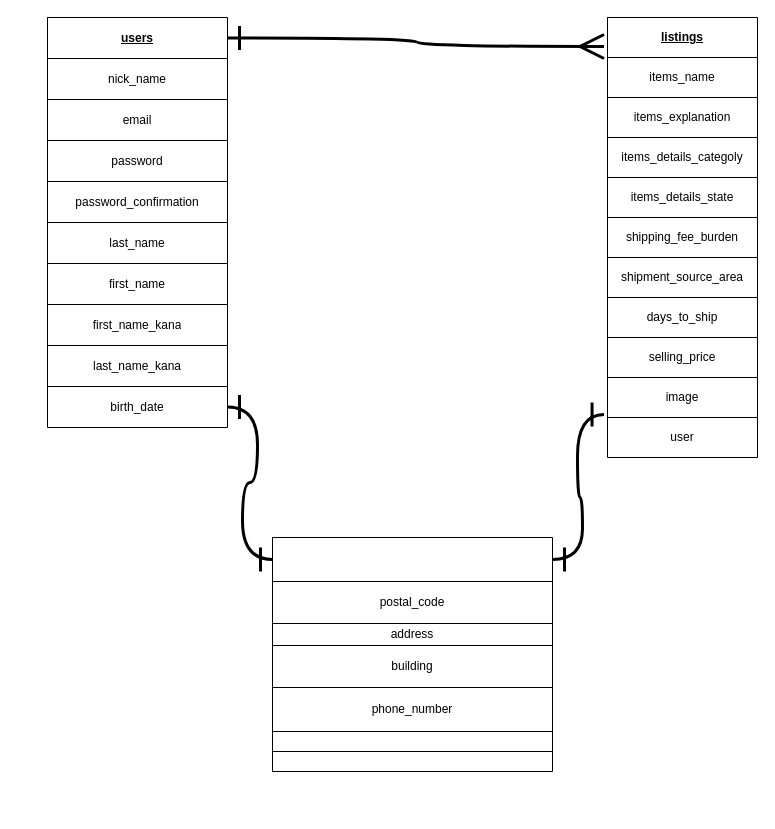
Earlier version of the draw.io diagram ER.dio (RyouheiMatsuyama/furima-32988). Source tidied: cells renumbered, new cells numbered last; positions are measured from the earlier drawing's top-left corner, leaving out a move shared by most shapes. Both pictures are drawn from the tidied source at 100%, with x=0, y=0 at pixel (47, 17).
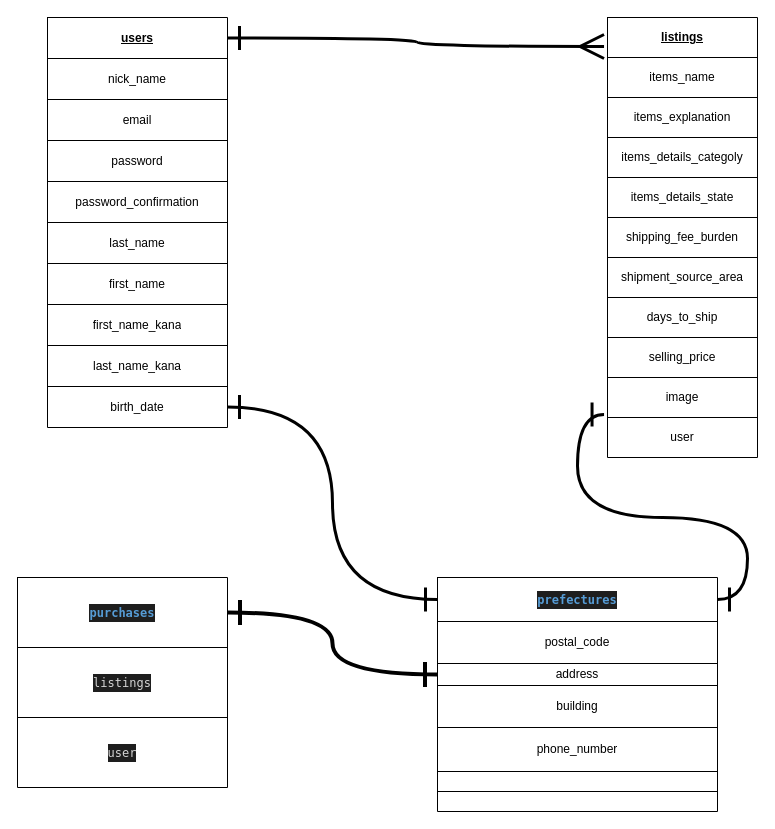
Above is the later version.

Unchanged cells that the change refers to:
```xml
<mxCell id="47" style="shape=partialRectangle;html=1;whiteSpace=wrap;fillColor=none;top=0;left=0;bottom=0;right=0;points=[[0,0.5],[1,0.5]];portConstraint=eastwest;" parent="46" vertex="1">
  <mxGeometry width="280" height="44" as="geometry" />
</mxCell>
<mxCell id="51" style="shape=partialRectangle;html=1;whiteSpace=wrap;fillColor=none;top=0;left=0;bottom=0;right=0;points=[[0,0.5],[1,0.5]];portConstraint=eastwest;" parent="46" vertex="1">
  <mxGeometry y="86" width="280" height="22" as="geometry" />
</mxCell>
```

Change to the diagram source:
```diff
@@
     <mxCell id="46" style="shape=table;html=1;whiteSpace=wrap;startSize=0;childLayout=tableLayout;" parent="1" vertex="1">
-      <mxGeometry x="225" y="520" width="280" height="234" as="geometry" />
+      <mxGeometry x="390" y="560" width="280" height="234" as="geometry" />
     </mxCell>
@@
-    <mxCell id="48" style="shape=partialRectangle;html=1;whiteSpace=wrap;overflow=hidden;fillColor=none;top=0;left=0;bottom=0;right=0;" parent="47" vertex="1">
+    <mxCell id="48" value="&lt;div style=&quot;color: rgb(212 , 212 , 212) ; background-color: rgb(30 , 30 , 30) ; font-family: &amp;#34;menlo&amp;#34; , &amp;#34;monaco&amp;#34; , &amp;#34;courier new&amp;#34; , monospace ; line-height: 18px&quot;&gt;&lt;span style=&quot;color: #569cd6 ; font-weight: bold&quot;&gt;prefectures&lt;/span&gt;&lt;/div&gt;" style="shape=partialRectangle;html=1;whiteSpace=wrap;overflow=hidden;fillColor=none;top=0;left=0;bottom=0;right=0;" parent="47" vertex="1">
       <mxGeometry width="280" height="44" as="geometry" />
     </mxCell>
@@
+    <mxCell id="64" style="shape=table;html=1;whiteSpace=wrap;startSize=0;childLayout=tableLayout;" parent="1" vertex="1">
+      <mxGeometry x="-30" y="560" width="210" height="210" as="geometry" />
+    </mxCell>
+    <mxCell id="65" style="shape=partialRectangle;html=1;whiteSpace=wrap;fillColor=none;top=0;left=0;bottom=0;right=0;points=[[0,0.5],[1,0.5]];portConstraint=eastwest;" parent="64" vertex="1">
+      <mxGeometry width="210" height="70" as="geometry" />
+    </mxCell>
+    <mxCell id="66" value="&lt;div style=&quot;color: rgb(212 , 212 , 212) ; background-color: rgb(30 , 30 , 30) ; font-family: &amp;#34;menlo&amp;#34; , &amp;#34;monaco&amp;#34; , &amp;#34;courier new&amp;#34; , monospace ; line-height: 18px&quot;&gt;&lt;span style=&quot;color: #569cd6 ; font-weight: bold&quot;&gt;purchases&lt;/span&gt;&lt;/div&gt;" style="shape=partialRectangle;html=1;whiteSpace=wrap;overflow=hidden;fillColor=none;top=0;left=0;bottom=0;right=0;" parent="65" vertex="1">
+      <mxGeometry width="210" height="70" as="geometry" />
+    </mxCell>
+    <mxCell id="67" style="shape=partialRectangle;html=1;whiteSpace=wrap;fillColor=none;top=0;left=0;bottom=0;right=0;" parent="64" vertex="1">
+      <mxGeometry y="70" width="210" height="70" as="geometry" />
+    </mxCell>
+    <mxCell id="68" value="&lt;div style=&quot;color: rgb(212 , 212 , 212) ; background-color: rgb(30 , 30 , 30) ; font-family: &amp;#34;menlo&amp;#34; , &amp;#34;monaco&amp;#34; , &amp;#34;courier new&amp;#34; , monospace ; line-height: 18px&quot;&gt;listings&lt;/div&gt;" style="shape=partialRectangle;html=1;whiteSpace=wrap;overflow=hidden;fillColor=none;top=0;left=0;bottom=0;right=0;" parent="67" vertex="1">
+      <mxGeometry width="210" height="70" as="geometry" />
+    </mxCell>
+    <mxCell id="69" style="shape=partialRectangle;html=1;whiteSpace=wrap;fillColor=none;top=0;left=0;bottom=0;right=0;" parent="64" vertex="1">
+      <mxGeometry y="140" width="210" height="70" as="geometry" />
+    </mxCell>
+    <mxCell id="70" value="&lt;div style=&quot;color: rgb(212, 212, 212); background-color: rgb(30, 30, 30); font-family: menlo, monaco, &amp;quot;courier new&amp;quot;, monospace; font-weight: normal; font-size: 12px; line-height: 18px;&quot;&gt;&lt;div&gt;&lt;span style=&quot;color: #d4d4d4&quot;&gt;user &lt;/span&gt;&lt;/div&gt;&lt;/div&gt;" style="shape=partialRectangle;html=1;whiteSpace=wrap;overflow=hidden;fillColor=none;top=0;left=0;bottom=0;right=0;" parent="69" vertex="1">
+      <mxGeometry width="210" height="70" as="geometry" />
+    </mxCell>
+    <mxCell id="71" style="edgeStyle=orthogonalEdgeStyle;rounded=0;jettySize=auto;html=1;exitX=1;exitY=0.5;exitDx=0;exitDy=0;entryX=0;entryY=0.5;entryDx=0;entryDy=0;endArrow=ERone;endFill=0;curved=1;startArrow=ERone;startFill=0;endSize=20;startSize=20;strokeWidth=4;" parent="1" edge="1" source="65" target="51">
+      <mxGeometry relative="1" as="geometry" />
+    </mxCell>
```
